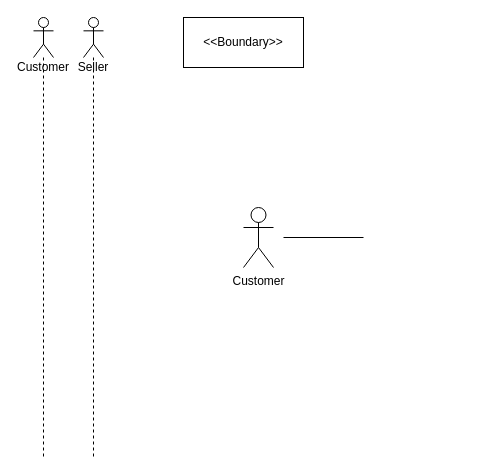
The draw.io diagram page "Page-1" (1 of 2) of View Stock.drawio in munkeawtoast/isad-diagrams, before the edit. Source tidied: cells renumbered, new cells numbered last; positions are measured from the earlier drawing's top-left corner, leaving out a move shared by most shapes. Both pictures are drawn from the tidied source at 100%, with x=0, y=0 at pixel (33, 17).
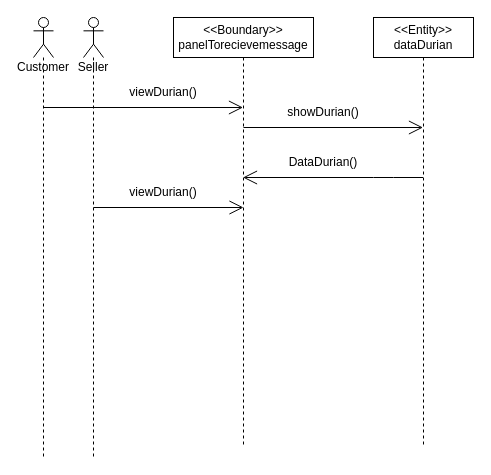
The same page after the edit.

Diff of the diagram source:
```diff
@@
 <mxGraphModel>
   <root>
     <mxCell id="0" />
     <mxCell id="1" parent="0" />
     <mxCell id="2" value="Customer" style="shape=umlLifeline;participant=umlActor;perimeter=lifelinePerimeter;whiteSpace=wrap;html=1;verticalAlign=top;spacingTop=36;" parent="1" vertex="1">
       <mxGeometry width="20" height="440" as="geometry" />
     </mxCell>
     <mxCell id="3" value="Seller" style="shape=umlLifeline;participant=umlActor;perimeter=lifelinePerimeter;whiteSpace=wrap;html=1;verticalAlign=top;spacingTop=36;" parent="1" vertex="1">
       <mxGeometry x="50" width="20" height="440" as="geometry" />
     </mxCell>
-    <mxCell id="4" value="Customer" style="shape=umlActor;verticalLabelPosition=bottom;verticalAlign=top;html=1;" parent="1" vertex="1">
-      <mxGeometry x="210" y="190" width="30" height="60" as="geometry" />
-    </mxCell>
-    <mxCell id="5" style="line;strokeWidth=1;fillColor=none;align=left;verticalAlign=middle;spacingTop=-1;spacingLeft=3;spacingRight=3;labelPosition=right;strokeColor=inherit;" parent="1" vertex="1">
-      <mxGeometry x="250" y="216" width="80" height="8" as="geometry" />
-    </mxCell>
-    <mxCell id="6" value="&amp;lt;&amp;lt;Boundary&amp;gt;&amp;gt;&lt;br&gt;" style="rounded=0;whiteSpace=wrap;html=1;" parent="1" vertex="1">
-      <mxGeometry x="150" width="120" height="50" as="geometry" />
-    </mxCell>
+    <mxCell id="7" value="&amp;lt;&amp;lt;Boundary&amp;gt;&amp;gt;&lt;br&gt;panelTorecievemessage" style="shape=umlLifeline;perimeter=lifelinePerimeter;whiteSpace=wrap;html=1;outlineConnect=0;" parent="1" vertex="1">
+      <mxGeometry x="140" width="140" height="430" as="geometry" />
+    </mxCell>
+    <mxCell id="8" style="endArrow=open;endFill=1;endSize=12;html=1;" parent="1" edge="1" target="7">
+      <mxGeometry relative="1" as="geometry">
+        <mxPoint x="10" y="90" as="sourcePoint" />
+      </mxGeometry>
+    </mxCell>
+    <mxCell id="9" value="viewDurian()" style="text;html=1;strokeColor=none;fillColor=none;align=center;verticalAlign=middle;whiteSpace=wrap;rounded=0;" parent="1" vertex="1">
+      <mxGeometry x="90" y="60" width="80" height="30" as="geometry" />
+    </mxCell>
+    <mxCell id="10" style="endArrow=open;endFill=1;endSize=12;html=1;" parent="1" edge="1">
+      <mxGeometry relative="1" as="geometry">
+        <mxPoint x="60" y="190" as="sourcePoint" />
+        <mxPoint x="210" y="190" as="targetPoint" />
+      </mxGeometry>
+    </mxCell>
+    <mxCell id="11" value="&amp;lt;&amp;lt;Entity&amp;gt;&amp;gt;&lt;br&gt;dataDurian" style="shape=umlLifeline;perimeter=lifelinePerimeter;whiteSpace=wrap;html=1;outlineConnect=0;" parent="1" vertex="1">
+      <mxGeometry x="340" width="100" height="430" as="geometry" />
+    </mxCell>
+    <mxCell id="12" style="endArrow=open;endFill=1;endSize=12;html=1;" parent="1" edge="1" target="11">
+      <mxGeometry relative="1" as="geometry">
+        <mxPoint x="210" y="110" as="sourcePoint" />
+      </mxGeometry>
+    </mxCell>
+    <mxCell id="13" value="showDurian()" style="text;html=1;strokeColor=none;fillColor=none;align=center;verticalAlign=middle;whiteSpace=wrap;rounded=0;" parent="1" vertex="1">
+      <mxGeometry x="260" y="80" width="60" height="30" as="geometry" />
+    </mxCell>
+    <mxCell id="14" style="endArrow=open;endFill=1;endSize=12;html=1;" parent="1" edge="1">
+      <mxGeometry relative="1" as="geometry">
+        <mxPoint x="389.5" y="160" as="sourcePoint" />
+        <mxPoint x="209.5" y="160" as="targetPoint" />
+        <Array as="points">
+          <mxPoint x="350" y="160" />
+        </Array>
+      </mxGeometry>
+    </mxCell>
+    <mxCell id="15" value="viewDurian()" style="text;html=1;strokeColor=none;fillColor=none;align=center;verticalAlign=middle;whiteSpace=wrap;rounded=0;" parent="1" vertex="1">
+      <mxGeometry x="90" y="160" width="80" height="30" as="geometry" />
+    </mxCell>
+    <mxCell id="16" value="DataDurian()" style="text;html=1;strokeColor=none;fillColor=none;align=center;verticalAlign=middle;whiteSpace=wrap;rounded=0;" parent="1" vertex="1">
+      <mxGeometry x="260" y="130" width="60" height="30" as="geometry" />
+    </mxCell>
   </root>
 </mxGraphModel>
```
